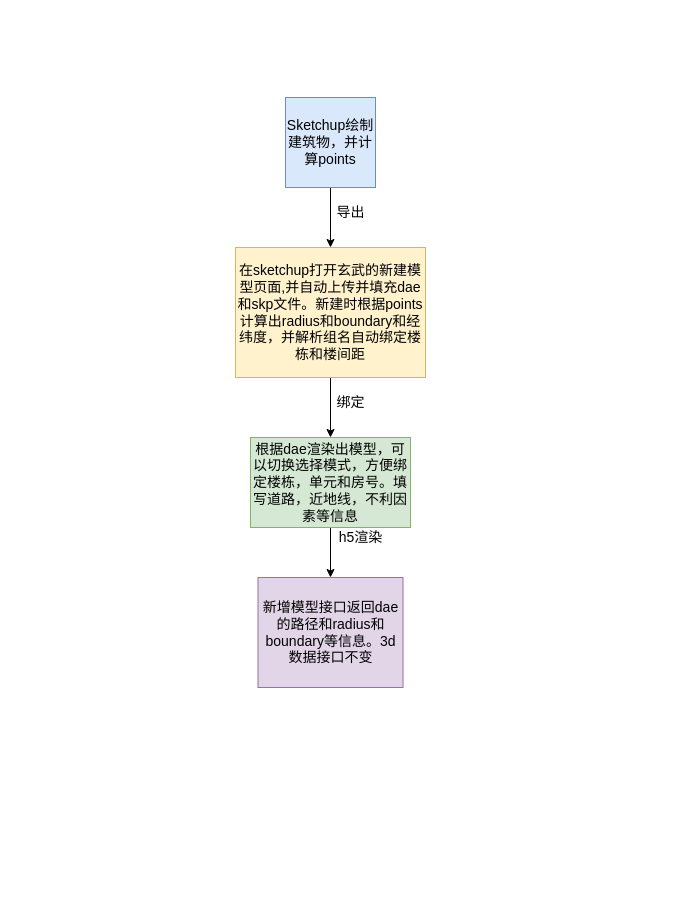
Above: 未命名绘图.drawio in limin0304/hello-world (draw.io), before the change. Source tidied: cells renumbered, new cells numbered last; positions are measured from the earlier drawing's top-left corner, leaving out a move shared by most shapes. Both pictures are drawn from the tidied source at 100%, with x=0, y=0 at pixel (235, 97).
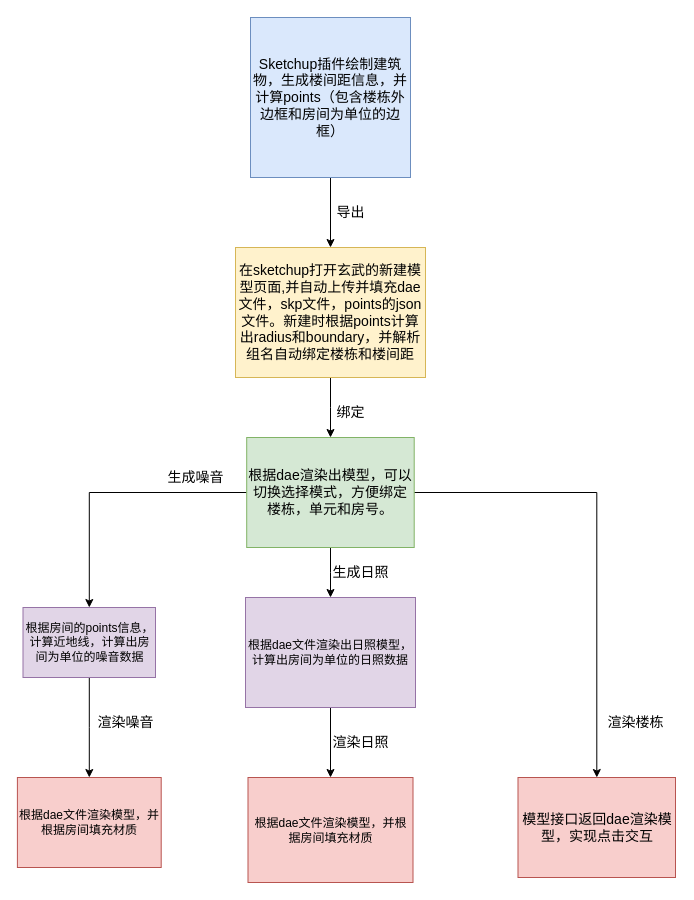
The same page after the edit.

Change to the diagram source:
```diff
@@
-    <mxCell id="3" value="&lt;font style=&quot;font-size: 14px;&quot;&gt;Sketchup绘制建筑物，并计算points&lt;/font&gt;" style="whiteSpace=wrap;html=1;fillColor=#dae8fc;strokeColor=#6c8ebf;" parent="1" vertex="1">
-      <mxGeometry x="50" width="90" height="90" as="geometry" />
+    <mxCell id="3" value="&lt;font style=&quot;font-size: 14px;&quot;&gt;Sketchup插件绘制建筑物，生成楼间距信息，并计算points（包含楼栋外边框和房间为单位的边框）&lt;/font&gt;" style="whiteSpace=wrap;html=1;fillColor=#dae8fc;strokeColor=#6c8ebf;" parent="1" vertex="1">
+      <mxGeometry x="15" y="-80" width="160" height="160" as="geometry" />
     </mxCell>
@@
-    <mxCell id="5" value="&lt;font style=&quot;font-size: 14px;&quot;&gt;在sketchup打开玄武的新建模型页面,并自动上传并填充dae和skp文件。新建时根据points计算出radius和boundary和经纬度，并解析组名自动绑定楼栋和楼间距&lt;/font&gt;" style="rounded=0;whiteSpace=wrap;html=1;fillColor=#fff2cc;strokeColor=#d6b656;" parent="1" vertex="1">
+    <mxCell id="5" value="&lt;font style=&quot;font-size: 14px;&quot;&gt;在sketchup打开玄武的新建模型页面,并自动上传并填充dae文件，skp文件，points的json文件。新建时根据points计算出radius和boundary，并解析组名自动绑定楼栋和楼间距&lt;/font&gt;" style="rounded=0;whiteSpace=wrap;html=1;fillColor=#fff2cc;strokeColor=#d6b656;" parent="1" vertex="1">
       <mxGeometry y="150" width="190" height="130" as="geometry" />
     </mxCell>
@@
+    <mxCell id="12" style="edgeStyle=orthogonalEdgeStyle;rounded=0;jettySize=auto;html=1;" parent="1" edge="1" source="8" target="18">
+      <mxGeometry relative="1" as="geometry" />
+    </mxCell>
+    <mxCell id="13" style="edgeStyle=orthogonalEdgeStyle;rounded=0;jettySize=auto;html=1;" parent="1" edge="1" source="8" target="20">
+      <mxGeometry relative="1" as="geometry" />
+    </mxCell>
-    <mxCell id="8" value="&lt;font style=&quot;font-size: 14px;&quot;&gt;根据dae渲染出模型，可以切换选择模式，方便绑定楼栋，单元和房号。填写道路，近地线，不利因素等信息&lt;/font&gt;" style="whiteSpace=wrap;html=1;fillColor=#d5e8d4;strokeColor=#82b366;rounded=0;" parent="1" vertex="1">
-      <mxGeometry x="15" y="340" width="160" height="90" as="geometry" />
+    <mxCell id="8" value="&lt;font style=&quot;font-size: 14px;&quot;&gt;根据dae渲染出模型，可以切换选择模式，方便绑定楼栋，单元和房号。&lt;/font&gt;" style="whiteSpace=wrap;html=1;fillColor=#d5e8d4;strokeColor=#82b366;rounded=0;" parent="1" vertex="1">
+      <mxGeometry x="11.2" y="340" width="167.5" height="110" as="geometry" />
     </mxCell>
     <mxCell id="9" value="绑定" style="text;html=1;align=center;verticalAlign=middle;strokeColor=none;fillColor=none;fontSize=14;" parent="1" vertex="1">
-      <mxGeometry x="90" y="290" width="50" height="30" as="geometry" />
+      <mxGeometry x="90" y="300" width="50" height="30" as="geometry" />
     </mxCell>
+    <mxCell id="14" style="edgeStyle=orthogonalEdgeStyle;rounded=0;jettySize=auto;html=1;" parent="1" edge="1" source="10" target="15">
+      <mxGeometry relative="1" as="geometry" />
+    </mxCell>
-    <mxCell id="10" value="&lt;font style=&quot;font-size: 14px;&quot;&gt;新增模型接口返回dae的路径和radius和boundary等信息。3d数据接口不变&lt;/font&gt;" style="whiteSpace=wrap;html=1;fillColor=#e1d5e7;strokeColor=#9673a6;rounded=0;" parent="1" vertex="1">
-      <mxGeometry x="22.5" y="480" width="145" height="110" as="geometry" />
+    <mxCell id="10" value="根据dae文件渲染出日照模型，计算出房间为单位的日照数据" style="whiteSpace=wrap;html=1;fillColor=#e1d5e7;strokeColor=#9673a6;rounded=0;" parent="1" vertex="1">
+      <mxGeometry x="10" y="500" width="170" height="110" as="geometry" />
     </mxCell>
-    <mxCell id="11" value="h5渲染" style="text;html=1;align=center;verticalAlign=middle;strokeColor=none;fillColor=none;fontSize=14;" parent="1" vertex="1">
-      <mxGeometry x="90" y="425" width="70" height="30" as="geometry" />
+    <mxCell id="11" value="生成日照" style="text;html=1;align=center;verticalAlign=middle;strokeColor=none;fillColor=none;fontSize=14;" parent="1" vertex="1">
+      <mxGeometry x="85" y="460" width="80" height="30" as="geometry" />
     </mxCell>
+    <mxCell id="15" value="根据dae文件渲染模型，并根据房间填充材质" style="rounded=0;whiteSpace=wrap;html=1;fillColor=#f8cecc;strokeColor=#b85450;" parent="1" vertex="1">
+      <mxGeometry x="12.5" y="680" width="165" height="105" as="geometry" />
+    </mxCell>
+    <mxCell id="16" value="渲染日照" style="text;html=1;align=center;verticalAlign=middle;strokeColor=none;fillColor=none;fontSize=14;" parent="1" vertex="1">
+      <mxGeometry x="85" y="630" width="80" height="30" as="geometry" />
+    </mxCell>
+    <mxCell id="17" style="edgeStyle=orthogonalEdgeStyle;rounded=0;jettySize=auto;html=1;" parent="1" edge="1" source="18" target="22">
+      <mxGeometry relative="1" as="geometry" />
+    </mxCell>
+    <mxCell id="18" value="根据房间的points信息，计算近地线，计算出房间为单位的噪音数据" style="rounded=0;whiteSpace=wrap;html=1;fillColor=#e1d5e7;strokeColor=#9673a6;" parent="1" vertex="1">
+      <mxGeometry x="-212.5" y="510" width="132.5" height="70" as="geometry" />
+    </mxCell>
+    <mxCell id="19" value="生成噪音" style="text;html=1;align=center;verticalAlign=middle;strokeColor=none;fillColor=none;fontSize=14;" parent="1" vertex="1">
+      <mxGeometry x="-80" y="365" width="80" height="30" as="geometry" />
+    </mxCell>
+    <mxCell id="20" value="&lt;font style=&quot;font-size: 14px;&quot;&gt;模型接口返回dae渲染模型，实现点击交互&lt;/font&gt;" style="whiteSpace=wrap;html=1;fillColor=#f8cecc;strokeColor=#b85450;rounded=0;" parent="1" vertex="1">
+      <mxGeometry x="282.5" y="680" width="157.5" height="100" as="geometry" />
+    </mxCell>
+    <mxCell id="21" value="渲染楼栋" style="text;html=1;align=center;verticalAlign=middle;strokeColor=none;fillColor=none;fontSize=14;" parent="1" vertex="1">
+      <mxGeometry x="360" y="610" width="80" height="30" as="geometry" />
+    </mxCell>
+    <mxCell id="22" value="根据dae文件渲染模型，并根据房间填充材质" style="whiteSpace=wrap;html=1;fillColor=#f8cecc;strokeColor=#b85450;rounded=0;" parent="1" vertex="1">
+      <mxGeometry x="-218.1" y="680" width="143.8" height="90" as="geometry" />
+    </mxCell>
+    <mxCell id="23" value="渲染噪音" style="text;html=1;align=center;verticalAlign=middle;strokeColor=none;fillColor=none;fontSize=14;" parent="1" vertex="1">
+      <mxGeometry x="-150" y="610" width="80" height="30" as="geometry" />
+    </mxCell>
```
